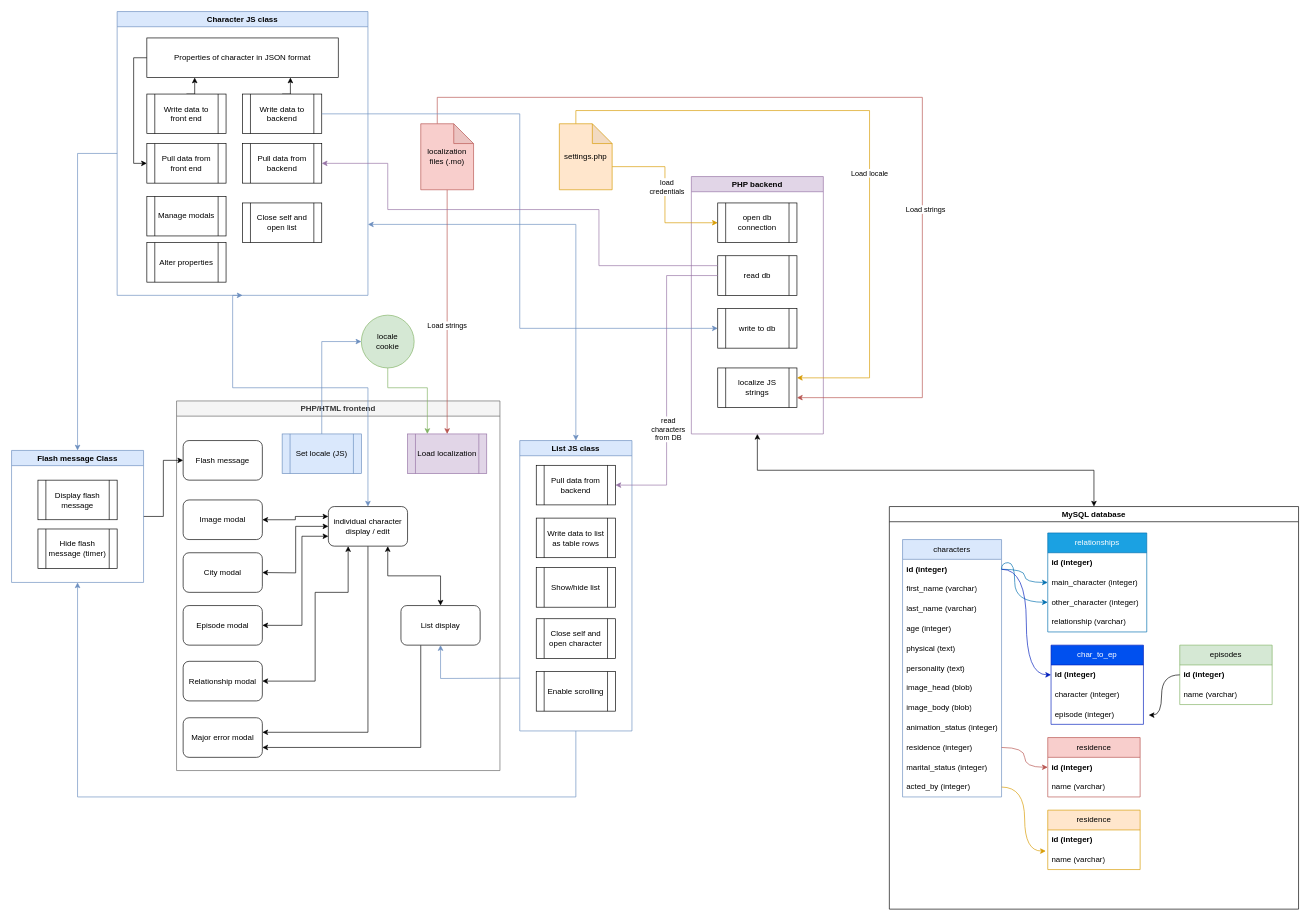
Earlier version of the draw.io diagram page "Overview" (1 of 6) of ed-infrastructure.drawio (JS-Produksiyon/moc-character-db). Source tidied: cells renumbered, new cells numbered last; positions are measured from the earlier drawing's top-left corner, leaving out a move shared by most shapes. Both pictures are drawn from the tidied source at 66%, with x=0, y=0 at pixel (11, 11).
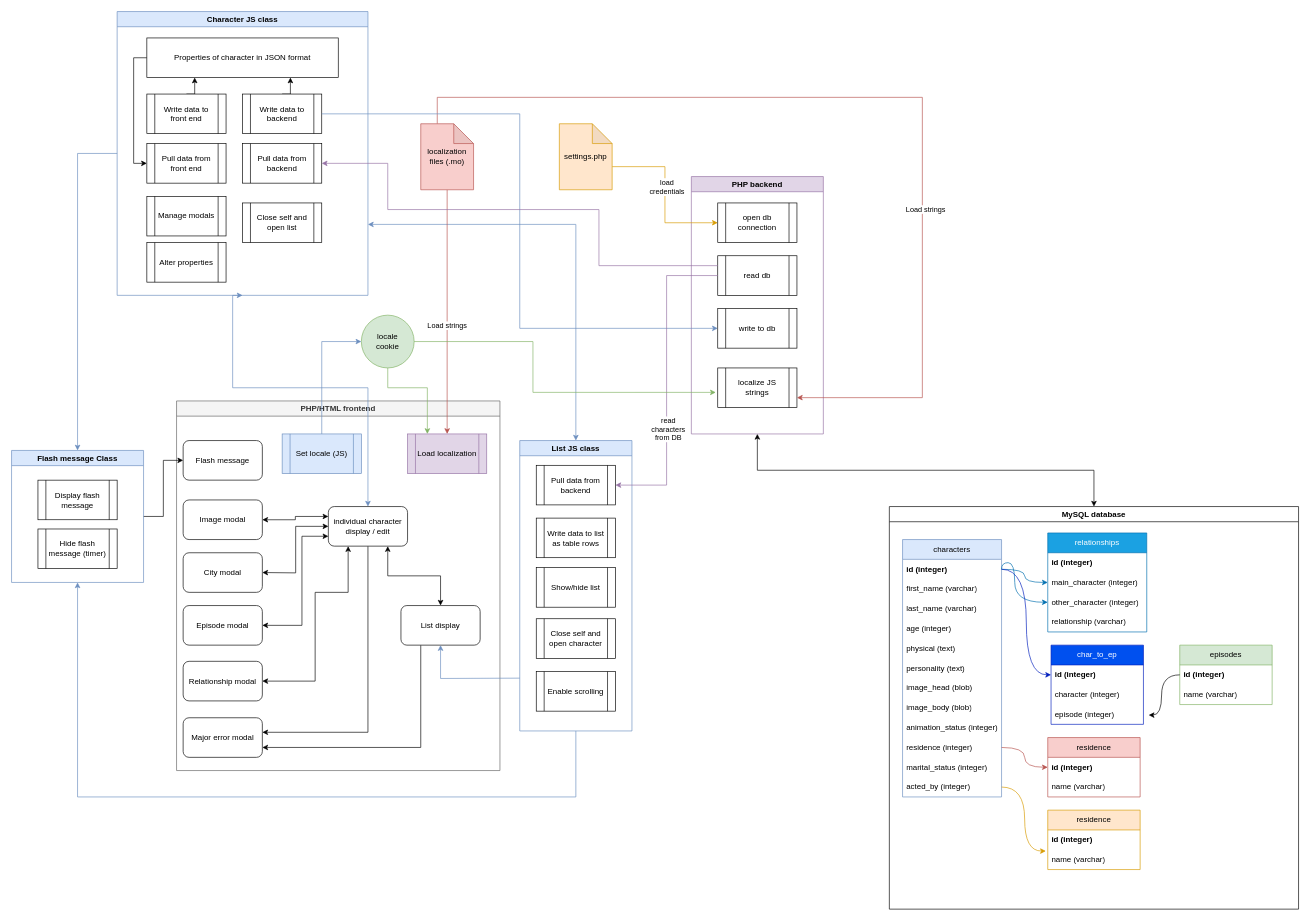
The same diagram, later.

Unchanged cells that the change refers to:
```xml
<mxCell id="18" value="localize JS strings" style="shape=process;whiteSpace=wrap;html=1;backgroundOutline=1;" parent="15" vertex="1">
  <mxGeometry x="40" y="290" width="120" height="60" as="geometry" />
</mxCell>
<mxCell id="100" value="settings.php" style="shape=note;whiteSpace=wrap;html=1;backgroundOutline=1;darkOpacity=0.05;fillColor=#ffe6cc;strokeColor=#d79b00;" parent="1" vertex="1">
  <mxGeometry x="830" y="170" width="80" height="100" as="geometry" />
</mxCell>
<mxCell id="106" value="locale &lt;br&gt;cookie" style="ellipse;whiteSpace=wrap;html=1;fillColor=#d5e8d4;strokeColor=#82b366;" parent="1" vertex="1">
  <mxGeometry x="530" y="460" width="80" height="80" as="geometry" />
</mxCell>
```

What changed in the source:
```diff
@@
-    <mxCell id="96" style="edgeStyle=orthogonalEdgeStyle;rounded=0;jettySize=auto;html=1;exitX=0;exitY=0;exitDx=25;exitDy=0;exitPerimeter=0;entryX=1;entryY=0.25;entryDx=0;entryDy=0;fillColor=#ffe6cc;strokeColor=#d79b00;" parent="1" edge="1" source="100" target="18">
-      <mxGeometry relative="1" as="geometry">
-        <Array as="points">
-          <mxPoint x="855" y="150" />
-          <mxPoint x="1300" y="150" />
-          <mxPoint x="1300" y="555" />
-        </Array>
-      </mxGeometry>
-    </mxCell>
-    <mxCell id="97" value="Load locale" style="edgeLabel;html=1;align=center;verticalAlign=middle;" parent="96" vertex="1">
-      <mxGeometry x="0.14" y="-1" relative="1" as="geometry" />
-    </mxCell>
@@
+    <mxCell id="108" style="edgeStyle=orthogonalEdgeStyle;rounded=0;jettySize=auto;html=1;exitX=1;exitY=0.5;exitDx=0;exitDy=0;entryX=-0.025;entryY=0.617;entryDx=0;entryDy=0;entryPerimeter=0;fillColor=#d5e8d4;strokeColor=#82b366;" parent="1" edge="1" source="106" target="18">
+      <mxGeometry relative="1" as="geometry">
+        <Array as="points">
+          <mxPoint x="790" y="500" />
+          <mxPoint x="790" y="577" />
+        </Array>
+      </mxGeometry>
+    </mxCell>
```
